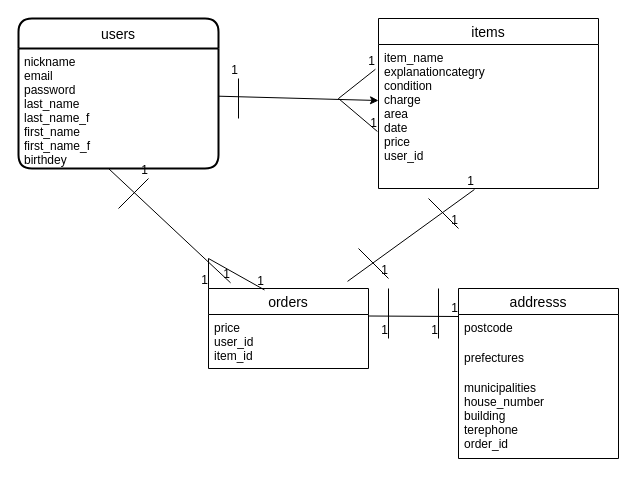
The draw.io diagram test.dio in kutidake/furima-36688, before the edit. Source tidied: cells renumbered, new cells numbered last; positions are measured from the earlier drawing's top-left corner, leaving out a move shared by most shapes. Both pictures are drawn from the tidied source at 100%, with x=0, y=0 at pixel (18, 18).
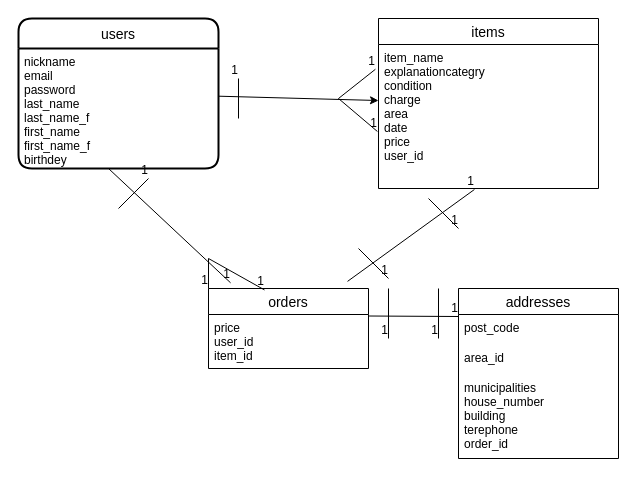
After the change.

Change to the diagram source:
```diff
@@
-    <mxCell id="15" value="addresss" style="swimlane;fontStyle=0;horizontal=1;startSize=26;align=center;fontSize=14;" parent="1" vertex="1">
+    <mxCell id="15" value="addresses" style="swimlane;fontStyle=0;horizontal=1;startSize=26;align=center;fontSize=14;" parent="1" vertex="1">
       <mxGeometry x="440" y="270" width="160" height="170" as="geometry" />
     </mxCell>
-    <mxCell id="16" value="postcode" style="text;strokeColor=none;fillColor=none;spacingLeft=4;spacingRight=4;overflow=hidden;fontSize=12;" parent="15" vertex="1">
+    <mxCell id="16" value="post_code" style="text;strokeColor=none;fillColor=none;spacingLeft=4;spacingRight=4;overflow=hidden;fontSize=12;" parent="15" vertex="1">
       <mxGeometry y="26" width="160" height="30" as="geometry" />
     </mxCell>
-    <mxCell id="17" value="prefectures" style="text;strokeColor=none;fillColor=none;spacingLeft=4;spacingRight=4;overflow=hidden;fontSize=12;" parent="15" vertex="1">
+    <mxCell id="17" value="area_id" style="text;strokeColor=none;fillColor=none;spacingLeft=4;spacingRight=4;overflow=hidden;fontSize=12;" parent="15" vertex="1">
       <mxGeometry y="56" width="160" height="30" as="geometry" />
     </mxCell>
```
